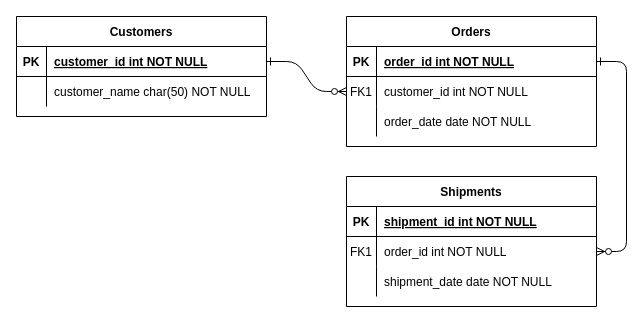
This is 제목 없는 다이어그램.drawio from jihun81/EX1, a draw.io file, before an edit. Source tidied: cells renumbered, new cells numbered last; positions are measured from the earlier drawing's top-left corner, leaving out a move shared by most shapes. Both pictures are drawn from the tidied source at 100%, with x=0, y=0 at pixel (16, 16).
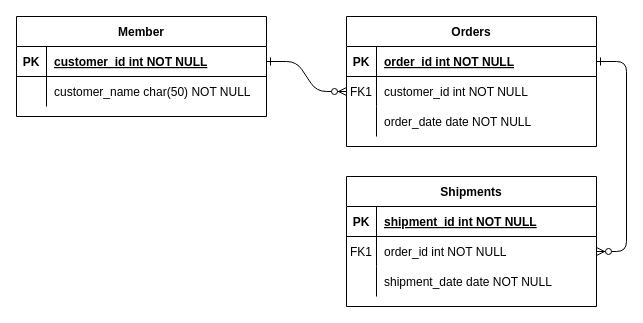
Above is the later version.

Commit message:
제목 없는 다이어그램.drawio 업데이트

The edit, as a diff of the source:
```diff
@@
-    <mxCell id="24" value="Customers" style="shape=table;startSize=30;childLayout=tableLayout;rowLines=0;fontStyle=1;align=center;" parent="1" vertex="1">
+    <mxCell id="24" value="Member" style="shape=table;startSize=30;childLayout=tableLayout;rowLines=0;fontStyle=1;align=center;" parent="1" vertex="1">
       <mxGeometry width="250" height="100" as="geometry" />
     </mxCell>
```
